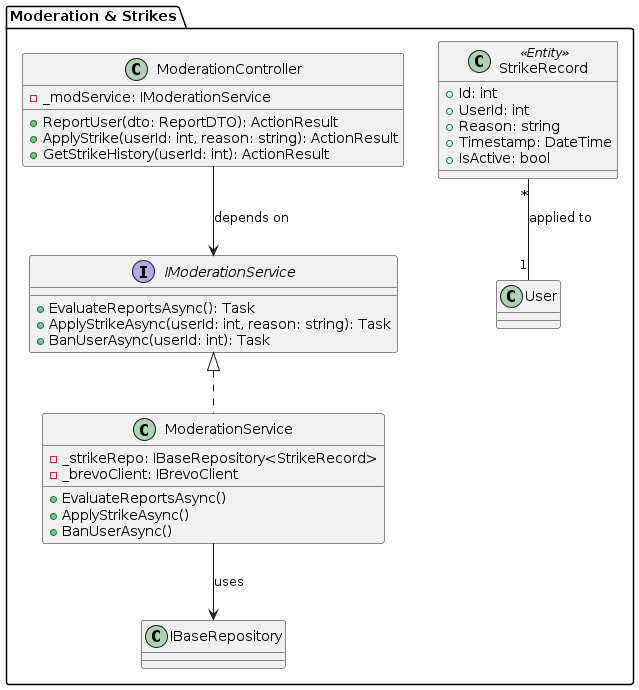
Before: report/assets/class-diagrams/moderation-and-strikes-component-diagram.png, a diagram exported from PlantUML (upc-pre-1asi0730-2610-10215-arcadiadevs/viora-report). Source of this version:
```plantuml
@startuml
package "Moderation & Strikes" {
    class ModerationController {
        - _modService: IModerationService
        + ReportUser(dto: ReportDTO): ActionResult
        + ApplyStrike(userId: int, reason: string): ActionResult
        + GetStrikeHistory(userId: int): ActionResult
    }

    interface IModerationService {
        + EvaluateReportsAsync(): Task
        + ApplyStrikeAsync(userId: int, reason: string): Task
        + BanUserAsync(userId: int): Task
    }

    class ModerationService {
        - _strikeRepo: IBaseRepository<StrikeRecord>
        - _brevoClient: IBrevoClient
        + EvaluateReportsAsync()
        + ApplyStrikeAsync()
        + BanUserAsync()
    }

    class StrikeRecord <<Entity>> {
        + Id: int
        + UserId: int
        + Reason: string
        + Timestamp: DateTime
        + IsActive: bool
    }

    IModerationService <|.. ModerationService
    ModerationService --> IBaseRepository : uses
    ModerationController --> IModerationService : depends on
    StrikeRecord "*" -- "1" User : applied to
}
@enduml
```
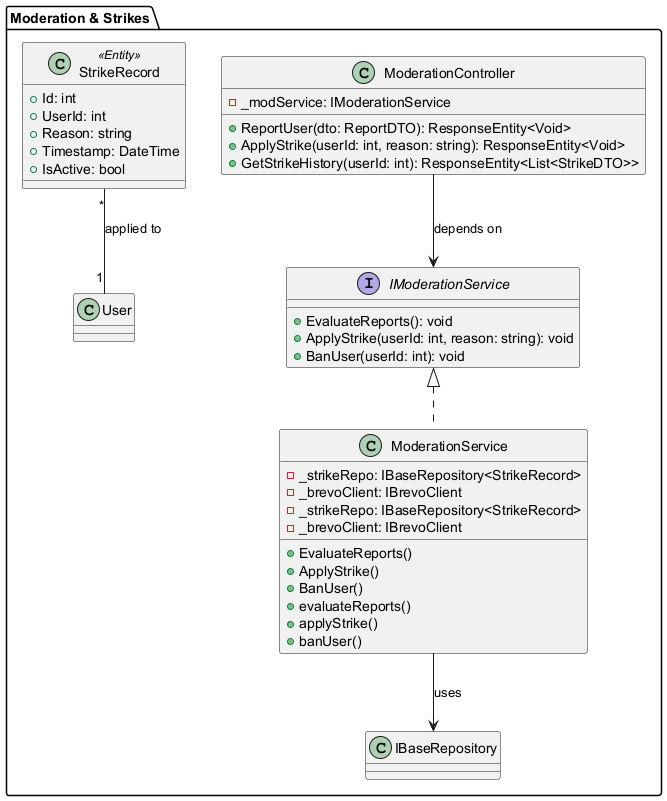
The same diagram one commit later.

Diff of the diagram source:
```diff
@@ -2,23 +2,31 @@
 package "Moderation & Strikes" {
     class ModerationController {
         - _modService: IModerationService
-        + ReportUser(dto: ReportDTO): ActionResult
-        + ApplyStrike(userId: int, reason: string): ActionResult
-        + GetStrikeHistory(userId: int): ActionResult
+        + ReportUser(dto: ReportDTO): ResponseEntity<Void>
+        + ApplyStrike(userId: int, reason: string): ResponseEntity<Void>
+        + GetStrikeHistory(userId: int): ResponseEntity<List<StrikeDTO>>
     }
 
     interface IModerationService {
-        + EvaluateReportsAsync(): Task
-        + ApplyStrikeAsync(userId: int, reason: string): Task
-        + BanUserAsync(userId: int): Task
+        + EvaluateReports(): void
+        + ApplyStrike(userId: int, reason: string): void
+        + BanUser(userId: int): void
     }
 
     class ModerationService {
         - _strikeRepo: IBaseRepository<StrikeRecord>
         - _brevoClient: IBrevoClient
-        + EvaluateReportsAsync()
-        + ApplyStrikeAsync()
-        + BanUserAsync()
+        + EvaluateReports()
+        + ApplyStrike()
+        + BanUser()
+    }
+
+    class ModerationService {
+        - _strikeRepo: IBaseRepository<StrikeRecord>
+        - _brevoClient: IBrevoClient
+        + evaluateReports()
+        + applyStrike()
+        + banUser()
     }
 
     class StrikeRecord <<Entity>> {
```
